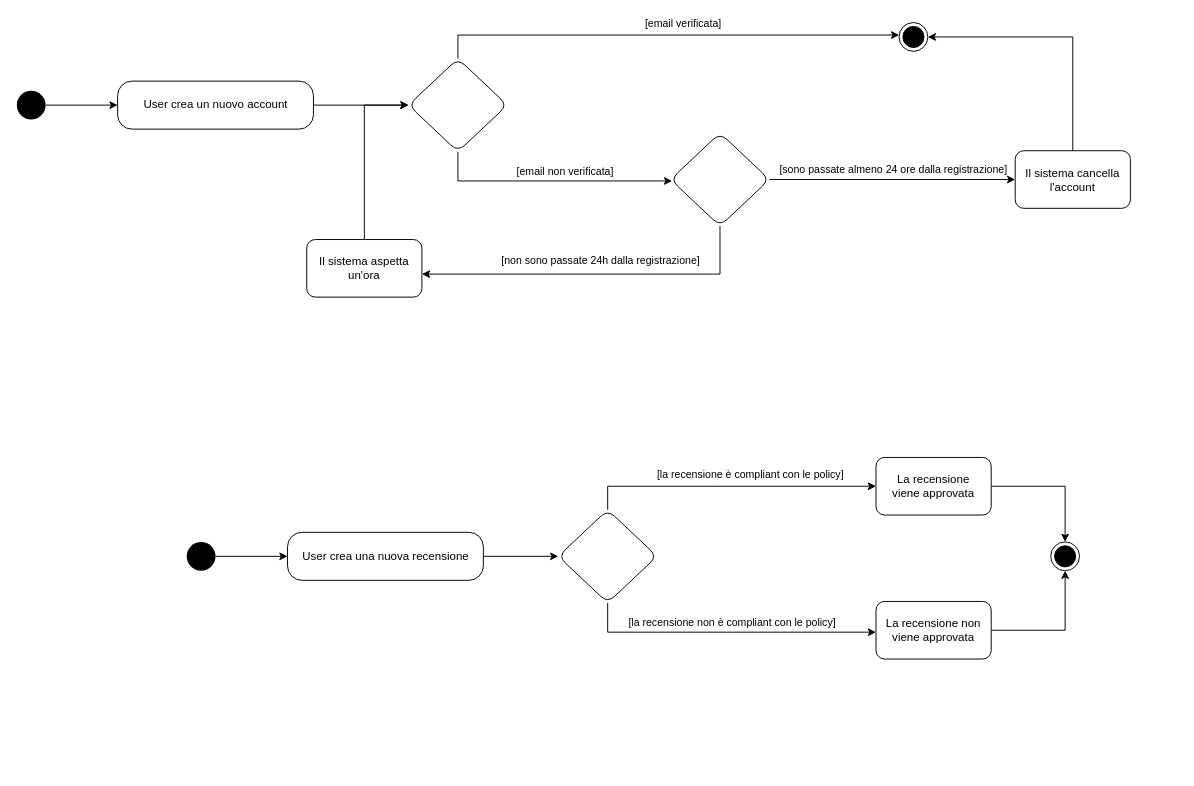
Earlier version of the draw.io diagram doc/diagrams/Activity diagrams.drawio (alfonsograziano/Progetto-IS-FIA). Source tidied: cells renumbered, new cells numbered last; positions are measured from the earlier drawing's top-left corner, leaving out a move shared by most shapes. Both pictures are drawn from the tidied source at 96%, with x=0, y=0 at pixel (16, 22).
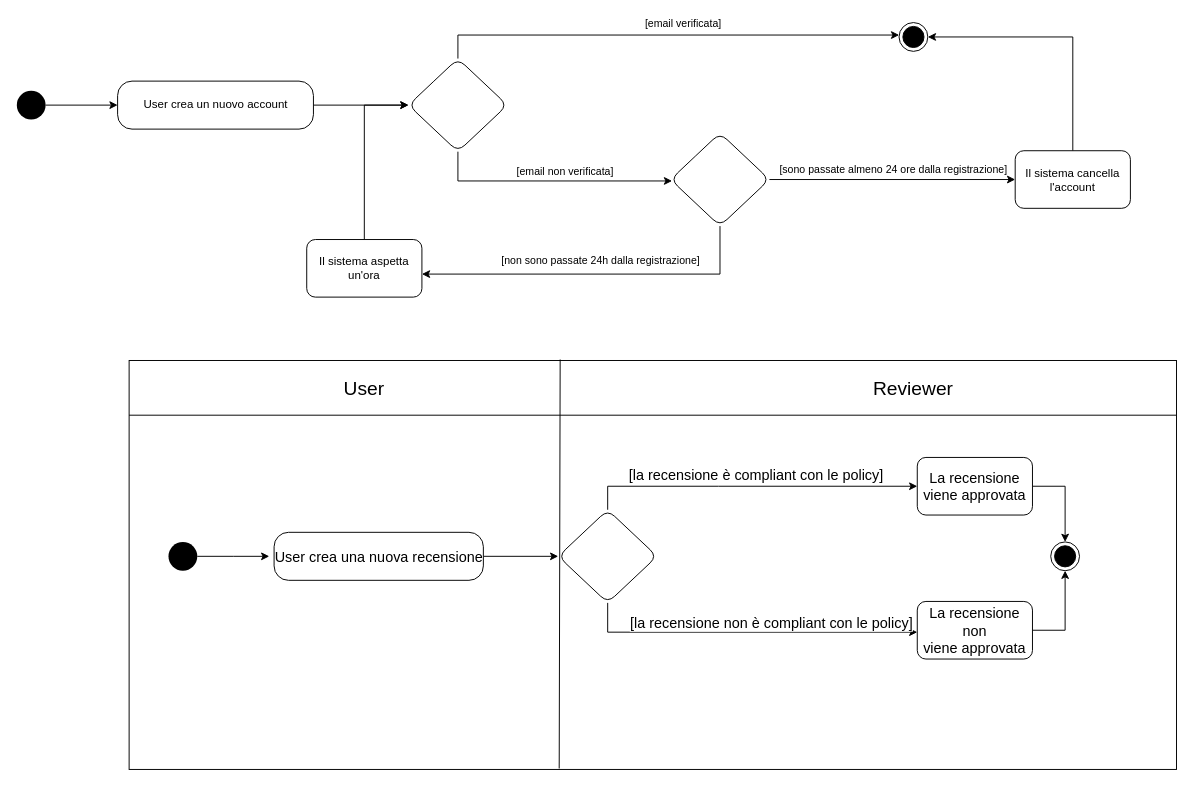
The same page after the edit.

The change refers to these unchanged cells:
```xml
<mxCell id="6" style="edgeStyle=orthogonalEdgeStyle;rounded=0;jettySize=auto;html=1;" parent="1" edge="1" source="10" target="12">
  <mxGeometry relative="1" as="geometry">
    <Array as="points">
      <mxPoint x="616" y="483" />
      <mxPoint x="731" y="483" />
    </Array>
  </mxGeometry>
</mxCell>
<mxCell id="8" style="edgeStyle=orthogonalEdgeStyle;rounded=0;jettySize=auto;html=1;exitX=0.5;exitY=1;exitDx=0;exitDy=0;" parent="1" edge="1" source="10" target="14">
  <mxGeometry relative="1" as="geometry">
    <Array as="points">
      <mxPoint x="616" y="635" />
    </Array>
  </mxGeometry>
</mxCell>
```

Change to the diagram source:
```diff
@@
+    <mxCell id="35" style="rounded=0;whiteSpace=wrap;html=1;" parent="1" vertex="1">
+      <mxGeometry x="117" y="352" width="1091" height="426" as="geometry" />
+    </mxCell>
-    <mxCell id="2" style="edgeStyle=orthogonalEdgeStyle;rounded=0;jettySize=auto;html=1;" parent="1" edge="1" source="3" target="5">
-      <mxGeometry relative="1" as="geometry" />
+    <mxCell id="2" style="edgeStyle=orthogonalEdgeStyle;rounded=0;jettySize=auto;html=1;" parent="1" edge="1" source="3">
+      <mxGeometry relative="1" as="geometry">
+        <mxPoint x="263" y="556" as="targetPoint" />
+      </mxGeometry>
     </mxCell>
     <mxCell id="3" style="ellipse;fillColor=#000000;strokeColor=none;" parent="1" vertex="1">
-      <mxGeometry x="177" y="541" width="30" height="30" as="geometry" />
+      <mxGeometry x="158" y="541" width="30" height="30" as="geometry" />
     </mxCell>
@@
-    <mxCell id="5" value="User crea una nuova recensione" style="html=1;rounded=1;arcSize=30;" parent="1" vertex="1">
-      <mxGeometry x="282" y="531" width="204" height="50" as="geometry" />
+    <mxCell id="5" value="&lt;font style=&quot;font-size: 15px&quot;&gt;User crea una nuova recensione&lt;/font&gt;" style="html=1;rounded=1;arcSize=30;" parent="1" vertex="1">
+      <mxGeometry x="268" y="531" width="218" height="50" as="geometry" />
     </mxCell>
@@
-    <mxCell id="7" value="[la recensione è compliant con le policy]" style="edgeLabel;html=1;align=center;verticalAlign=middle;" parent="6" vertex="1">
+    <mxCell id="7" value="&lt;font style=&quot;font-size: 15px&quot;&gt;[la recensione è compliant con le policy]&lt;/font&gt;" style="edgeLabel;html=1;align=center;verticalAlign=middle;" parent="6" vertex="1">
       <mxGeometry x="-0.04" y="2" relative="1" as="geometry">
-        <mxPoint x="26.3" y="-11" as="offset" />
+        <mxPoint x="11.4" y="-11" as="offset" />
       </mxGeometry>
     </mxCell>
@@
-    <mxCell id="9" value="[la recensione non è compliant con le policy]" style="edgeLabel;html=1;align=center;verticalAlign=middle;" parent="8" vertex="1">
+    <mxCell id="9" value="&lt;font style=&quot;font-size: 15px&quot;&gt;[la recensione non è compliant con le policy]&lt;/font&gt;" style="edgeLabel;html=1;align=center;verticalAlign=middle;" parent="8" vertex="1">
       <mxGeometry x="-0.36" y="1" relative="1" as="geometry">
-        <mxPoint x="60.6" y="-10" as="offset" />
+        <mxPoint x="87.6" y="-10" as="offset" />
       </mxGeometry>
     </mxCell>
@@
-    <mxCell id="12" value="La recensione &lt;br&gt;viene approvata" style="whiteSpace=wrap;html=1;rounded=1;" parent="1" vertex="1">
-      <mxGeometry x="895" y="453" width="120" height="60" as="geometry" />
+    <mxCell id="12" value="&lt;font style=&quot;font-size: 15px&quot;&gt;La recensione &lt;br&gt;viene approvata&lt;/font&gt;" style="whiteSpace=wrap;html=1;rounded=1;" parent="1" vertex="1">
+      <mxGeometry x="938" y="453" width="120" height="60" as="geometry" />
     </mxCell>
@@
-    <mxCell id="14" value="La recensione non&lt;br&gt;viene approvata" style="whiteSpace=wrap;html=1;rounded=1;" parent="1" vertex="1">
-      <mxGeometry x="895" y="603" width="120" height="60" as="geometry" />
+    <mxCell id="14" value="&lt;font style=&quot;font-size: 15px&quot;&gt;La recensione non&lt;br&gt;viene approvata&lt;/font&gt;" style="whiteSpace=wrap;html=1;rounded=1;" parent="1" vertex="1">
+      <mxGeometry x="938" y="603" width="120" height="60" as="geometry" />
     </mxCell>
@@
+    <mxCell id="36" style="endArrow=none;html=1;" parent="1" edge="1">
+      <mxGeometry relative="1" as="geometry">
+        <mxPoint x="565" y="777" as="sourcePoint" />
+        <mxPoint x="566" y="351" as="targetPoint" />
+      </mxGeometry>
+    </mxCell>
+    <mxCell id="37" style="endArrow=none;html=1;" parent="1" edge="1">
+      <mxGeometry relative="1" as="geometry">
+        <mxPoint x="117" y="409" as="sourcePoint" />
+        <mxPoint x="1208" y="409" as="targetPoint" />
+      </mxGeometry>
+    </mxCell>
+    <mxCell id="38" value="&lt;font style=&quot;font-size: 20px&quot;&gt;User&lt;/font&gt;" style="text;html=1;strokeColor=none;fillColor=none;align=center;verticalAlign=middle;whiteSpace=wrap;rounded=0;" parent="1" vertex="1">
+      <mxGeometry x="224" y="370" width="276" height="20" as="geometry" />
+    </mxCell>
+    <mxCell id="39" value="&lt;font style=&quot;font-size: 20px&quot;&gt;Reviewer&lt;/font&gt;" style="text;html=1;strokeColor=none;fillColor=none;align=center;verticalAlign=middle;whiteSpace=wrap;rounded=0;" parent="1" vertex="1">
+      <mxGeometry x="796" y="370" width="276" height="20" as="geometry" />
+    </mxCell>
```
